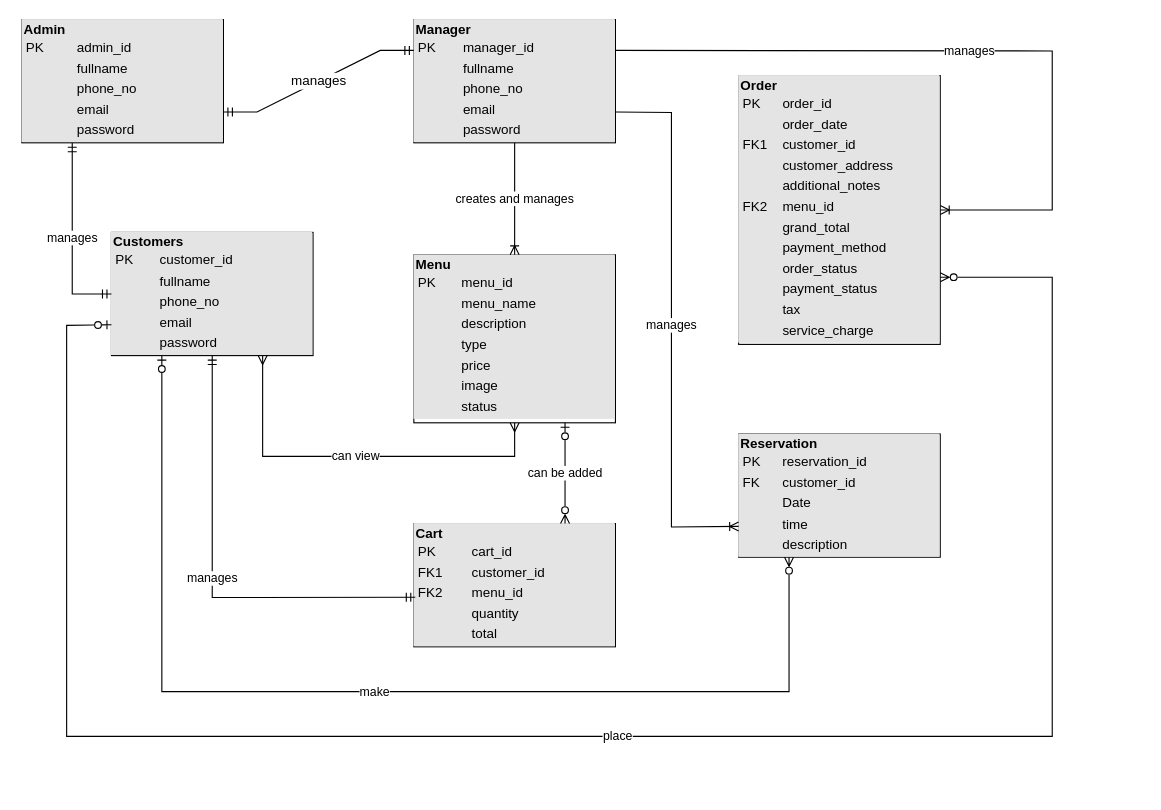
The draw.io diagram ZachumERD.drawio in birbdrtamang/Zachum-By-Skydancer, before the edit. Source tidied: cells renumbered, new cells numbered last; positions are measured from the earlier drawing's top-left corner, leaving out a move shared by most shapes. Both pictures are drawn from the tidied source at 112%, with x=0, y=0 at pixel (21, 19).
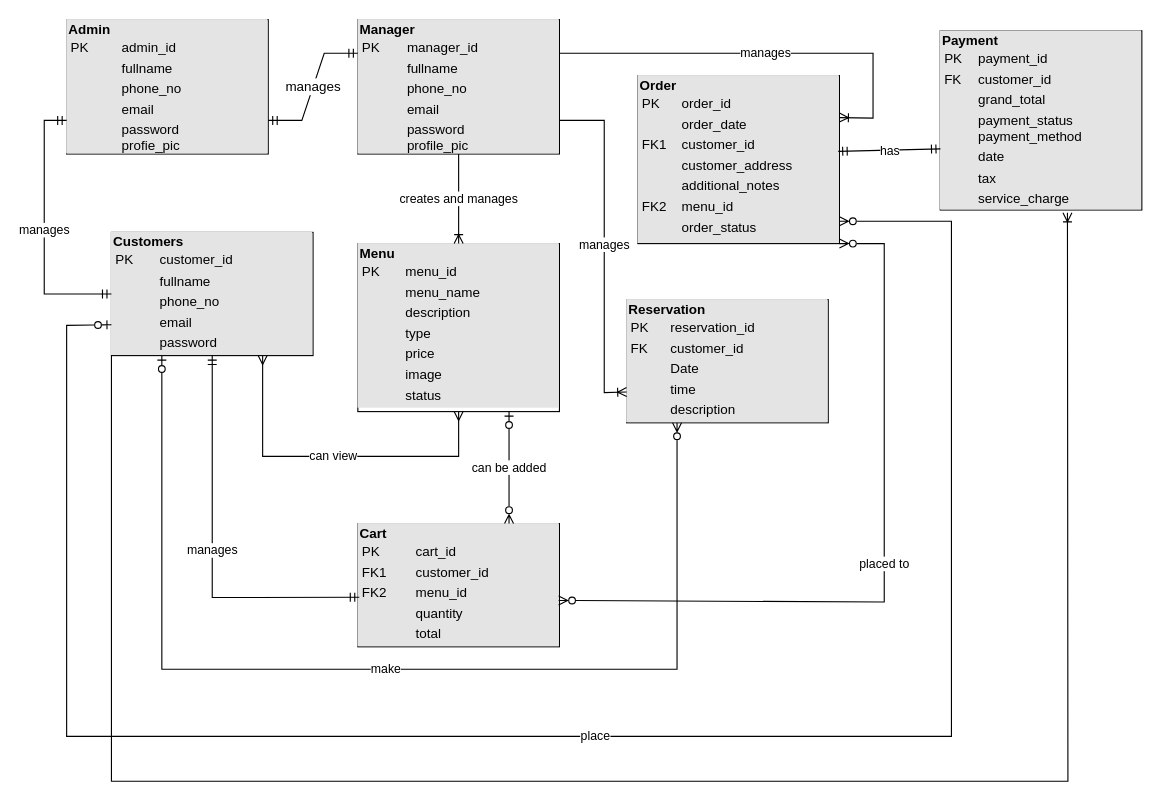
After the change.

Unchanged cells that the change refers to:
```xml
<mxCell id="2" value="&lt;div style=&quot;box-sizing:border-box;width:100%;background:#e4e4e4;padding:2px;&quot;&gt;&lt;b&gt;Customers&lt;/b&gt;&lt;br&gt;&lt;table style=&quot;background-color: initial; font-size: 1em; width: 100%;&quot; cellpadding=&quot;2&quot; cellspacing=&quot;0&quot;&gt;&lt;tbody&gt;&lt;tr&gt;&lt;td&gt;PK&lt;/td&gt;&lt;td&gt;customer_id&lt;/td&gt;&lt;/tr&gt;&lt;tr&gt;&lt;td&gt;&lt;br&gt;&lt;/td&gt;&lt;td&gt;fullname&lt;/td&gt;&lt;/tr&gt;&lt;tr&gt;&lt;td&gt;&lt;br&gt;&lt;/td&gt;&lt;td&gt;phone_no&lt;/td&gt;&lt;/tr&gt;&lt;tr&gt;&lt;td&gt;&lt;br&gt;&lt;/td&gt;&lt;td&gt;email&lt;/td&gt;&lt;/tr&gt;&lt;tr&gt;&lt;td&gt;&lt;br&gt;&lt;/td&gt;&lt;td&gt;password&lt;/td&gt;&lt;/tr&gt;&lt;/tbody&gt;&lt;/table&gt;&lt;/div&gt;" style="verticalAlign=top;align=left;overflow=fill;html=1;whiteSpace=wrap;" parent="1" vertex="1">
  <mxGeometry x="80" y="190" width="180" height="110" as="geometry" />
</mxCell>
```

Diff of the diagram source:
```diff
@@
     <mxCell id="3" value="&lt;div style=&quot;box-sizing:border-box;width:100%;background:#e4e4e4;padding:2px;&quot;&gt;&lt;b&gt;Menu&lt;/b&gt;&lt;br&gt;&lt;table style=&quot;background-color: initial; font-size: 1em; width: 100%;&quot; cellpadding=&quot;2&quot; cellspacing=&quot;0&quot;&gt;&lt;tbody&gt;&lt;tr&gt;&lt;td&gt;PK&lt;/td&gt;&lt;td&gt;menu_id&lt;/td&gt;&lt;/tr&gt;&lt;tr&gt;&lt;td&gt;&lt;br&gt;&lt;/td&gt;&lt;td&gt;menu_name&lt;/td&gt;&lt;/tr&gt;&lt;tr&gt;&lt;td&gt;&lt;br&gt;&lt;/td&gt;&lt;td&gt;description&lt;/td&gt;&lt;/tr&gt;&lt;tr&gt;&lt;td&gt;&lt;br&gt;&lt;/td&gt;&lt;td&gt;type&lt;/td&gt;&lt;/tr&gt;&lt;tr&gt;&lt;td&gt;&lt;br&gt;&lt;/td&gt;&lt;td&gt;price&lt;/td&gt;&lt;/tr&gt;&lt;tr&gt;&lt;td&gt;&lt;br&gt;&lt;/td&gt;&lt;td&gt;image&lt;/td&gt;&lt;/tr&gt;&lt;tr&gt;&lt;td&gt;&lt;br&gt;&lt;/td&gt;&lt;td&gt;status&lt;/td&gt;&lt;/tr&gt;&lt;/tbody&gt;&lt;/table&gt;&lt;/div&gt;" style="verticalAlign=top;align=left;overflow=fill;html=1;whiteSpace=wrap;" parent="1" vertex="1">
-      <mxGeometry x="350" y="210" width="180" height="150" as="geometry" />
+      <mxGeometry x="300" y="200" width="180" height="150" as="geometry" />
     </mxCell>
-    <mxCell id="4" value="&lt;div style=&quot;box-sizing:border-box;width:100%;background:#e4e4e4;padding:2px;&quot;&gt;&lt;b&gt;Order&lt;/b&gt;&lt;br&gt;&lt;table style=&quot;background-color: initial; font-size: 1em; width: 100%;&quot; cellpadding=&quot;2&quot; cellspacing=&quot;0&quot;&gt;&lt;tbody&gt;&lt;tr&gt;&lt;td&gt;PK&lt;/td&gt;&lt;td&gt;order_id&lt;/td&gt;&lt;/tr&gt;&lt;tr&gt;&lt;td&gt;&lt;br&gt;&lt;/td&gt;&lt;td&gt;order_date&lt;/td&gt;&lt;/tr&gt;&lt;tr&gt;&lt;td&gt;FK1&lt;/td&gt;&lt;td&gt;customer_id&lt;/td&gt;&lt;/tr&gt;&lt;tr&gt;&lt;td&gt;&lt;br&gt;&lt;/td&gt;&lt;td&gt;customer_address&lt;/td&gt;&lt;/tr&gt;&lt;tr&gt;&lt;td&gt;&lt;br&gt;&lt;/td&gt;&lt;td&gt;additional_notes&lt;/td&gt;&lt;/tr&gt;&lt;tr&gt;&lt;td&gt;FK2&lt;/td&gt;&lt;td&gt;menu_id&lt;/td&gt;&lt;/tr&gt;&lt;tr&gt;&lt;td&gt;&lt;br&gt;&lt;/td&gt;&lt;td&gt;grand_total&lt;/td&gt;&lt;/tr&gt;&lt;tr&gt;&lt;td&gt;&lt;br&gt;&lt;/td&gt;&lt;td&gt;payment_method&lt;/td&gt;&lt;/tr&gt;&lt;tr&gt;&lt;td&gt;&lt;br&gt;&lt;/td&gt;&lt;td&gt;order_status&lt;/td&gt;&lt;/tr&gt;&lt;tr&gt;&lt;td&gt;&lt;br&gt;&lt;/td&gt;&lt;td&gt;payment_status&lt;/td&gt;&lt;/tr&gt;&lt;tr&gt;&lt;td&gt;&lt;br&gt;&lt;/td&gt;&lt;td&gt;tax&lt;/td&gt;&lt;/tr&gt;&lt;tr&gt;&lt;td&gt;&lt;br&gt;&lt;/td&gt;&lt;td&gt;service_charge&lt;/td&gt;&lt;/tr&gt;&lt;/tbody&gt;&lt;/table&gt;&lt;/div&gt;" style="verticalAlign=top;align=left;overflow=fill;html=1;whiteSpace=wrap;" parent="1" vertex="1">
-      <mxGeometry x="640" y="50" width="180" height="240" as="geometry" />
+    <mxCell id="4" value="&lt;div style=&quot;box-sizing:border-box;width:100%;background:#e4e4e4;padding:2px;&quot;&gt;&lt;b&gt;Order&lt;/b&gt;&lt;br&gt;&lt;table style=&quot;background-color: initial; font-size: 1em; width: 100%;&quot; cellpadding=&quot;2&quot; cellspacing=&quot;0&quot;&gt;&lt;tbody&gt;&lt;tr&gt;&lt;td&gt;PK&lt;/td&gt;&lt;td&gt;order_id&lt;/td&gt;&lt;/tr&gt;&lt;tr&gt;&lt;td&gt;&lt;br&gt;&lt;/td&gt;&lt;td&gt;order_date&lt;/td&gt;&lt;/tr&gt;&lt;tr&gt;&lt;td&gt;FK1&lt;/td&gt;&lt;td&gt;customer_id&lt;/td&gt;&lt;/tr&gt;&lt;tr&gt;&lt;td&gt;&lt;br&gt;&lt;/td&gt;&lt;td&gt;customer_address&lt;/td&gt;&lt;/tr&gt;&lt;tr&gt;&lt;td&gt;&lt;br&gt;&lt;/td&gt;&lt;td&gt;additional_notes&lt;/td&gt;&lt;/tr&gt;&lt;tr&gt;&lt;td&gt;FK2&lt;/td&gt;&lt;td&gt;menu_id&lt;/td&gt;&lt;/tr&gt;&lt;tr&gt;&lt;td&gt;&lt;br&gt;&lt;/td&gt;&lt;td&gt;order_status&lt;br&gt;&lt;/td&gt;&lt;/tr&gt;&lt;tr&gt;&lt;td&gt;&lt;br&gt;&lt;/td&gt;&lt;td&gt;&lt;br&gt;&lt;/td&gt;&lt;/tr&gt;&lt;tr&gt;&lt;td&gt;&lt;br&gt;&lt;/td&gt;&lt;td&gt;&lt;br&gt;&lt;/td&gt;&lt;/tr&gt;&lt;tr&gt;&lt;td&gt;&lt;br&gt;&lt;/td&gt;&lt;td&gt;&lt;br&gt;&lt;/td&gt;&lt;/tr&gt;&lt;tr&gt;&lt;td&gt;&lt;br&gt;&lt;/td&gt;&lt;td&gt;&lt;br&gt;&lt;/td&gt;&lt;/tr&gt;&lt;tr&gt;&lt;td&gt;&lt;br&gt;&lt;/td&gt;&lt;td&gt;&lt;br&gt;&lt;/td&gt;&lt;/tr&gt;&lt;/tbody&gt;&lt;/table&gt;&lt;/div&gt;" style="verticalAlign=top;align=left;overflow=fill;html=1;whiteSpace=wrap;" parent="1" vertex="1">
+      <mxGeometry x="550" y="50" width="180" height="150" as="geometry" />
     </mxCell>
     <mxCell id="5" value="&lt;div style=&quot;box-sizing:border-box;width:100%;background:#e4e4e4;padding:2px;&quot;&gt;&lt;b&gt;Cart&lt;/b&gt;&lt;table style=&quot;background-color: initial; font-size: 1em; width: 100%;&quot; cellpadding=&quot;2&quot; cellspacing=&quot;0&quot;&gt;&lt;tbody&gt;&lt;tr&gt;&lt;td&gt;PK&lt;/td&gt;&lt;td&gt;cart_id&lt;/td&gt;&lt;/tr&gt;&lt;tr&gt;&lt;td&gt;FK1&lt;/td&gt;&lt;td&gt;customer_id&lt;/td&gt;&lt;/tr&gt;&lt;tr&gt;&lt;td&gt;FK2&lt;/td&gt;&lt;td&gt;menu_id&lt;/td&gt;&lt;/tr&gt;&lt;tr&gt;&lt;td&gt;&lt;br&gt;&lt;/td&gt;&lt;td&gt;quantity&lt;/td&gt;&lt;/tr&gt;&lt;tr&gt;&lt;td&gt;&lt;br&gt;&lt;/td&gt;&lt;td&gt;total&lt;/td&gt;&lt;/tr&gt;&lt;tr&gt;&lt;td&gt;&lt;br&gt;&lt;/td&gt;&lt;td&gt;&lt;br&gt;&lt;/td&gt;&lt;/tr&gt;&lt;tr&gt;&lt;td&gt;&lt;br&gt;&lt;/td&gt;&lt;td&gt;&lt;br&gt;&lt;/td&gt;&lt;/tr&gt;&lt;/tbody&gt;&lt;/table&gt;&lt;/div&gt;" style="verticalAlign=top;align=left;overflow=fill;html=1;whiteSpace=wrap;" parent="1" vertex="1">
-      <mxGeometry x="350" y="450" width="180" height="110" as="geometry" />
+      <mxGeometry x="300" y="450" width="180" height="110" as="geometry" />
     </mxCell>
     <mxCell id="6" value="&lt;div style=&quot;box-sizing:border-box;width:100%;background:#e4e4e4;padding:2px;&quot;&gt;&lt;b&gt;Reservation&lt;/b&gt;&lt;br&gt;&lt;table style=&quot;background-color: initial; font-size: 1em; width: 100%;&quot; cellpadding=&quot;2&quot; cellspacing=&quot;0&quot;&gt;&lt;tbody&gt;&lt;tr&gt;&lt;td&gt;PK&lt;/td&gt;&lt;td&gt;reservation_id&lt;/td&gt;&lt;/tr&gt;&lt;tr&gt;&lt;td&gt;FK&lt;/td&gt;&lt;td&gt;customer_id&lt;/td&gt;&lt;/tr&gt;&lt;tr&gt;&lt;td&gt;&lt;br&gt;&lt;/td&gt;&lt;td&gt;Date&lt;/td&gt;&lt;/tr&gt;&lt;tr&gt;&lt;td&gt;&lt;br&gt;&lt;/td&gt;&lt;td&gt;time&lt;/td&gt;&lt;/tr&gt;&lt;tr&gt;&lt;td&gt;&lt;br&gt;&lt;/td&gt;&lt;td&gt;description&lt;/td&gt;&lt;/tr&gt;&lt;tr&gt;&lt;td&gt;&lt;br&gt;&lt;/td&gt;&lt;td&gt;&lt;br&gt;&lt;/td&gt;&lt;/tr&gt;&lt;tr&gt;&lt;td&gt;&lt;br&gt;&lt;/td&gt;&lt;td&gt;&lt;br&gt;&lt;/td&gt;&lt;/tr&gt;&lt;/tbody&gt;&lt;/table&gt;&lt;/div&gt;" style="verticalAlign=top;align=left;overflow=fill;html=1;whiteSpace=wrap;" parent="1" vertex="1">
-      <mxGeometry x="640" y="370" width="180" height="110" as="geometry" />
+      <mxGeometry x="540" y="250" width="180" height="110" as="geometry" />
     </mxCell>
-    <mxCell id="7" value="&lt;div style=&quot;box-sizing:border-box;width:100%;background:#e4e4e4;padding:2px;&quot;&gt;&lt;b&gt;Admin&lt;/b&gt;&lt;table style=&quot;background-color: initial; font-size: 1em; width: 100%;&quot; cellpadding=&quot;2&quot; cellspacing=&quot;0&quot;&gt;&lt;tbody&gt;&lt;tr&gt;&lt;td&gt;PK&lt;/td&gt;&lt;td&gt;admin_id&lt;/td&gt;&lt;/tr&gt;&lt;tr&gt;&lt;td&gt;&lt;br&gt;&lt;/td&gt;&lt;td&gt;fullname&lt;/td&gt;&lt;/tr&gt;&lt;tr&gt;&lt;td&gt;&lt;br&gt;&lt;/td&gt;&lt;td&gt;phone_no&lt;/td&gt;&lt;/tr&gt;&lt;tr&gt;&lt;td&gt;&lt;br&gt;&lt;/td&gt;&lt;td&gt;email&lt;/td&gt;&lt;/tr&gt;&lt;tr&gt;&lt;td&gt;&lt;br&gt;&lt;/td&gt;&lt;td&gt;password&lt;/td&gt;&lt;/tr&gt;&lt;/tbody&gt;&lt;/table&gt;&lt;/div&gt;" style="verticalAlign=top;align=left;overflow=fill;html=1;whiteSpace=wrap;" parent="1" vertex="1">
-      <mxGeometry width="180" height="110" as="geometry" />
+    <mxCell id="7" value="&lt;div style=&quot;box-sizing:border-box;width:100%;background:#e4e4e4;padding:2px;&quot;&gt;&lt;b&gt;Admin&lt;/b&gt;&lt;table style=&quot;background-color: initial; font-size: 1em; width: 100%;&quot; cellpadding=&quot;2&quot; cellspacing=&quot;0&quot;&gt;&lt;tbody&gt;&lt;tr&gt;&lt;td&gt;PK&lt;/td&gt;&lt;td&gt;admin_id&lt;/td&gt;&lt;/tr&gt;&lt;tr&gt;&lt;td&gt;&lt;br&gt;&lt;/td&gt;&lt;td&gt;fullname&lt;/td&gt;&lt;/tr&gt;&lt;tr&gt;&lt;td&gt;&lt;br&gt;&lt;/td&gt;&lt;td&gt;phone_no&lt;/td&gt;&lt;/tr&gt;&lt;tr&gt;&lt;td&gt;&lt;br&gt;&lt;/td&gt;&lt;td&gt;email&lt;/td&gt;&lt;/tr&gt;&lt;tr&gt;&lt;td&gt;&lt;br&gt;&lt;/td&gt;&lt;td&gt;password&lt;br&gt;profie_pic&lt;/td&gt;&lt;/tr&gt;&lt;/tbody&gt;&lt;/table&gt;&lt;/div&gt;" style="verticalAlign=top;align=left;overflow=fill;html=1;whiteSpace=wrap;" parent="1" vertex="1">
+      <mxGeometry x="40" width="180" height="120" as="geometry" />
     </mxCell>
-    <mxCell id="8" value="&lt;div style=&quot;box-sizing:border-box;width:100%;background:#e4e4e4;padding:2px;&quot;&gt;&lt;b&gt;Manager&lt;/b&gt;&lt;table style=&quot;background-color: initial; font-size: 1em; width: 100%;&quot; cellpadding=&quot;2&quot; cellspacing=&quot;0&quot;&gt;&lt;tbody&gt;&lt;tr&gt;&lt;td&gt;PK&lt;/td&gt;&lt;td&gt;manager_id&lt;/td&gt;&lt;/tr&gt;&lt;tr&gt;&lt;td&gt;&lt;br&gt;&lt;/td&gt;&lt;td&gt;fullname&lt;/td&gt;&lt;/tr&gt;&lt;tr&gt;&lt;td&gt;&lt;br&gt;&lt;/td&gt;&lt;td&gt;phone_no&lt;/td&gt;&lt;/tr&gt;&lt;tr&gt;&lt;td&gt;&lt;br&gt;&lt;/td&gt;&lt;td&gt;email&lt;/td&gt;&lt;/tr&gt;&lt;tr&gt;&lt;td&gt;&lt;br&gt;&lt;/td&gt;&lt;td&gt;password&lt;/td&gt;&lt;/tr&gt;&lt;/tbody&gt;&lt;/table&gt;&lt;/div&gt;" style="verticalAlign=top;align=left;overflow=fill;html=1;whiteSpace=wrap;" parent="1" vertex="1">
-      <mxGeometry x="350" width="180" height="110" as="geometry" />
+    <mxCell id="8" value="&lt;div style=&quot;box-sizing:border-box;width:100%;background:#e4e4e4;padding:2px;&quot;&gt;&lt;b&gt;Manager&lt;/b&gt;&lt;table style=&quot;background-color: initial; font-size: 1em; width: 100%;&quot; cellpadding=&quot;2&quot; cellspacing=&quot;0&quot;&gt;&lt;tbody&gt;&lt;tr&gt;&lt;td&gt;PK&lt;/td&gt;&lt;td&gt;manager_id&lt;/td&gt;&lt;/tr&gt;&lt;tr&gt;&lt;td&gt;&lt;br&gt;&lt;/td&gt;&lt;td&gt;fullname&lt;/td&gt;&lt;/tr&gt;&lt;tr&gt;&lt;td&gt;&lt;br&gt;&lt;/td&gt;&lt;td&gt;phone_no&lt;/td&gt;&lt;/tr&gt;&lt;tr&gt;&lt;td&gt;&lt;br&gt;&lt;/td&gt;&lt;td&gt;email&lt;/td&gt;&lt;/tr&gt;&lt;tr&gt;&lt;td&gt;&lt;br&gt;&lt;/td&gt;&lt;td&gt;password&lt;br&gt;profile_pic&lt;/td&gt;&lt;/tr&gt;&lt;/tbody&gt;&lt;/table&gt;&lt;/div&gt;" style="verticalAlign=top;align=left;overflow=fill;html=1;whiteSpace=wrap;" parent="1" vertex="1">
+      <mxGeometry x="300" width="180" height="120" as="geometry" />
     </mxCell>
@@
-    <mxCell id="10" value="manages" style="endArrow=ERmandOne;html=1;rounded=0;exitX=0.25;exitY=1;exitDx=0;exitDy=0;entryX=0;entryY=0.5;entryDx=0;entryDy=0;startArrow=ERmandOne;startFill=0;endFill=0;" parent="1" edge="1" source="7" target="2">
+    <mxCell id="10" value="manages" style="endArrow=ERmandOne;html=1;rounded=0;exitX=0;exitY=0.75;exitDx=0;exitDy=0;entryX=0;entryY=0.5;entryDx=0;entryDy=0;startArrow=ERmandOne;startFill=0;endFill=0;" parent="1" edge="1" source="7" target="2">
       <mxGeometry relative="1" as="geometry">
         <Array as="points">
-          <mxPoint x="45" y="245" />
+          <mxPoint x="20" y="90" />
+          <mxPoint x="20" y="245" />
         </Array>
       </mxGeometry>
     </mxCell>
@@
     <mxCell id="12" value="can view" style="endArrow=ERmany;html=1;rounded=0;exitX=0.75;exitY=1;exitDx=0;exitDy=0;entryX=0.5;entryY=1;entryDx=0;entryDy=0;startArrow=ERmany;startFill=0;endFill=0;" parent="1" edge="1" source="2" target="3">
       <mxGeometry relative="1" as="geometry">
         <Array as="points">
           <mxPoint x="215" y="390" />
-          <mxPoint x="440" y="390" />
+          <mxPoint x="390" y="390" />
         </Array>
       </mxGeometry>
     </mxCell>
@@
     <mxCell id="14" value="make" style="endArrow=ERzeroToMany;html=1;rounded=0;exitX=0.25;exitY=1;exitDx=0;exitDy=0;entryX=0.25;entryY=1;entryDx=0;entryDy=0;startArrow=ERzeroToOne;startFill=0;endFill=0;" parent="1" edge="1" source="2" target="6">
       <mxGeometry relative="1" as="geometry">
         <Array as="points">
-          <mxPoint x="125" y="600" />
-          <mxPoint x="685" y="600" />
+          <mxPoint x="125" y="580" />
+          <mxPoint x="380" y="580" />
+          <mxPoint x="585" y="580" />
         </Array>
       </mxGeometry>
     </mxCell>
@@
     <mxCell id="16" value="manages" style="endArrow=none;html=1;rounded=0;entryX=1;entryY=0.75;entryDx=0;entryDy=0;exitX=0;exitY=0.75;exitDx=0;exitDy=0;endFill=0;startArrow=ERoneToMany;startFill=0;" parent="1" edge="1" source="6" target="8">
       <mxGeometry relative="1" as="geometry">
         <Array as="points">
-          <mxPoint x="580" y="453" />
-          <mxPoint x="580" y="83" />
+          <mxPoint x="520" y="333" />
+          <mxPoint x="520" y="90" />
         </Array>
       </mxGeometry>
     </mxCell>
-    <mxCell id="17" value="manages" style="endArrow=none;html=1;rounded=0;entryX=1;entryY=0.25;entryDx=0;entryDy=0;exitX=1;exitY=0.5;exitDx=0;exitDy=0;endFill=0;startArrow=ERoneToMany;startFill=0;" parent="1" edge="1" source="4" target="8">
+    <mxCell id="17" value="manages" style="endArrow=none;html=1;rounded=0;entryX=1;entryY=0.25;entryDx=0;entryDy=0;exitX=1;exitY=0.25;exitDx=0;exitDy=0;endFill=0;startArrow=ERoneToMany;startFill=0;" parent="1" edge="1" source="4" target="8">
       <mxGeometry relative="1" as="geometry">
         <Array as="points">
-          <mxPoint x="920" y="170" />
-          <mxPoint x="920" y="28" />
+          <mxPoint x="760" y="88" />
+          <mxPoint x="760" y="30" />
         </Array>
       </mxGeometry>
     </mxCell>
-    <mxCell id="18" value="place" style="endArrow=ERzeroToMany;html=1;rounded=0;exitX=0;exitY=0.75;exitDx=0;exitDy=0;entryX=1;entryY=0.75;entryDx=0;entryDy=0;startArrow=ERzeroToOne;startFill=0;endFill=0;" parent="1" edge="1" source="2" target="4">
+    <mxCell id="18" value="place" style="endArrow=ERzeroToMany;html=1;rounded=0;exitX=0;exitY=0.75;exitDx=0;exitDy=0;startArrow=ERzeroToOne;startFill=0;endFill=0;entryX=1;entryY=0.867;entryDx=0;entryDy=0;entryPerimeter=0;" parent="1" edge="1" source="2" target="4">
       <mxGeometry relative="1" as="geometry">
         <Array as="points">
           <mxPoint x="40" y="273" />
           <mxPoint x="40" y="640" />
-          <mxPoint x="920" y="640" />
-          <mxPoint x="920" y="230" />
+          <mxPoint x="830" y="640" />
+          <mxPoint x="830" y="180" />
         </Array>
       </mxGeometry>
     </mxCell>
+    <mxCell id="19" value="placed to" style="endArrow=ERzeroToMany;html=1;rounded=0;exitX=0.996;exitY=0.624;exitDx=0;exitDy=0;entryX=1;entryY=1;entryDx=0;entryDy=0;exitPerimeter=0;startArrow=ERzeroToMany;startFill=0;endFill=0;" parent="1" edge="1" source="5" target="4">
+      <mxGeometry relative="1" as="geometry">
+        <Array as="points">
+          <mxPoint x="770" y="520" />
+          <mxPoint x="770" y="200" />
+        </Array>
+      </mxGeometry>
+    </mxCell>
+    <mxCell id="20" value="&lt;div style=&quot;box-sizing:border-box;width:100%;background:#e4e4e4;padding:2px;&quot;&gt;&lt;b&gt;Payment&lt;/b&gt;&lt;table style=&quot;background-color: initial; font-size: 1em; width: 100%;&quot; cellpadding=&quot;2&quot; cellspacing=&quot;0&quot;&gt;&lt;tbody&gt;&lt;tr&gt;&lt;td&gt;PK&lt;/td&gt;&lt;td&gt;payment_id&lt;/td&gt;&lt;/tr&gt;&lt;tr&gt;&lt;td&gt;FK&lt;/td&gt;&lt;td&gt;customer_id&lt;/td&gt;&lt;/tr&gt;&lt;tr&gt;&lt;td&gt;&lt;br&gt;&lt;/td&gt;&lt;td&gt;grand_total&lt;/td&gt;&lt;/tr&gt;&lt;tr&gt;&lt;td&gt;&lt;br&gt;&lt;/td&gt;&lt;td&gt;payment_status&lt;br&gt;payment_method&lt;/td&gt;&lt;/tr&gt;&lt;tr&gt;&lt;td&gt;&lt;br&gt;&lt;/td&gt;&lt;td&gt;date&lt;/td&gt;&lt;/tr&gt;&lt;tr&gt;&lt;td&gt;&lt;br&gt;&lt;/td&gt;&lt;td&gt;tax&lt;/td&gt;&lt;/tr&gt;&lt;tr&gt;&lt;td&gt;&lt;br&gt;&lt;/td&gt;&lt;td&gt;service_charge&lt;/td&gt;&lt;/tr&gt;&lt;/tbody&gt;&lt;/table&gt;&lt;/div&gt;" style="verticalAlign=top;align=left;overflow=fill;html=1;whiteSpace=wrap;" parent="1" vertex="1">
+      <mxGeometry x="820" y="10" width="180" height="160" as="geometry" />
+    </mxCell>
+    <mxCell id="21" style="endArrow=ERoneToMany;html=1;rounded=0;exitX=0;exitY=1;exitDx=0;exitDy=0;entryX=0.631;entryY=1.016;entryDx=0;entryDy=0;entryPerimeter=0;endFill=0;" parent="1" edge="1" source="2" target="20">
+      <mxGeometry relative="1" as="geometry">
+        <Array as="points">
+          <mxPoint x="80" y="680" />
+          <mxPoint x="934" y="680" />
+        </Array>
+      </mxGeometry>
+    </mxCell>
+    <mxCell id="22" value="has" style="endArrow=ERmandOne;html=1;rounded=0;exitX=0.994;exitY=0.451;exitDx=0;exitDy=0;exitPerimeter=0;entryX=0.001;entryY=0.659;entryDx=0;entryDy=0;entryPerimeter=0;startArrow=ERmandOne;startFill=0;endFill=0;" parent="1" edge="1" source="4" target="20">
+      <mxGeometry relative="1" as="geometry" />
+    </mxCell>
```
